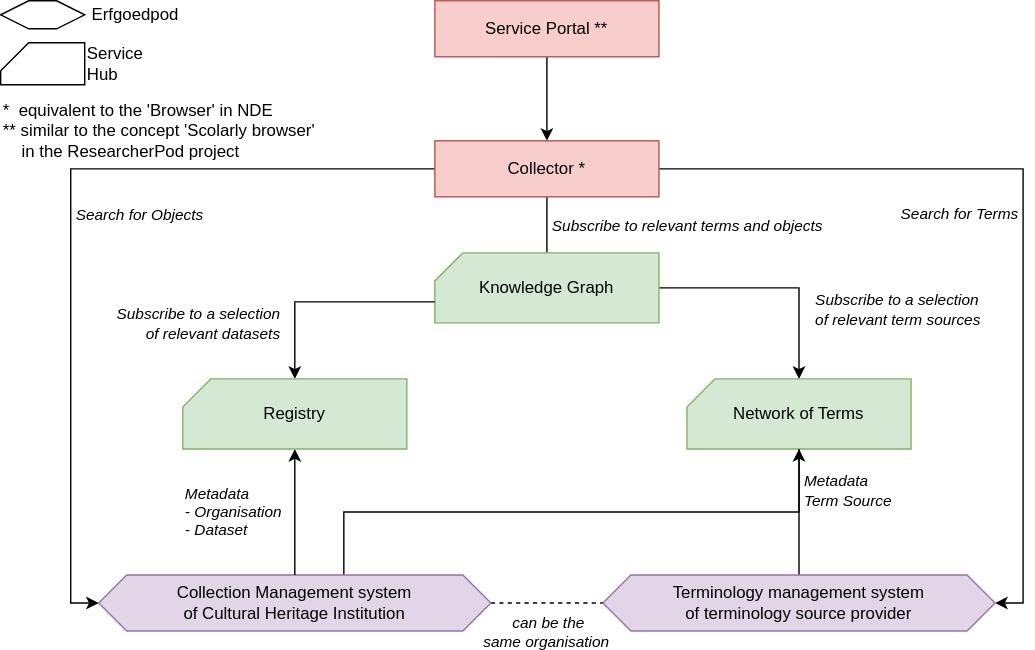
This is images/NDE-overzicht.svg from ErfgoedPod/usecases, a draw.io export, as it was before one commit. Source tidied: cells renumbered, new cells last; positions are measured from the earlier drawing's top-left corner, leaving out a move shared by most shapes.
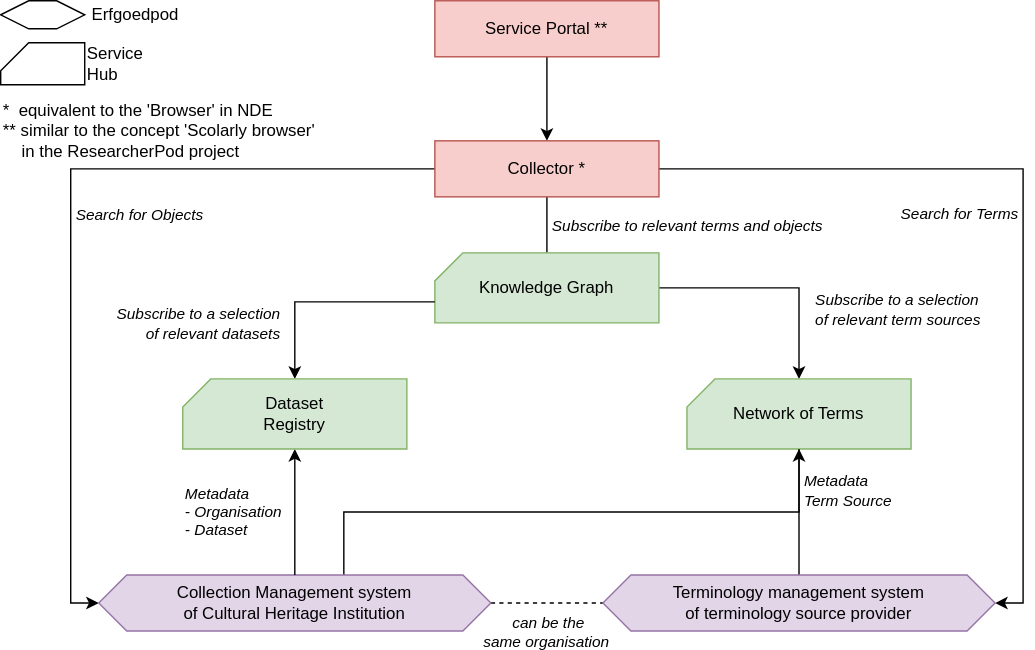
After the commit.

Diff of the diagram source:
```diff
@@ -77,7 +77,7 @@
         <mxPoint x="-9" y="13" as="offset" />
       </mxGeometry>
     </mxCell>
-    <mxCell id="25" value="Registry" style="shape=card;whiteSpace=wrap;html=1;size=20;fillColor=#d5e8d4;strokeColor=#82b366;" parent="1" vertex="1">
+    <mxCell id="25" value="Dataset&lt;br&gt;Registry" style="shape=card;whiteSpace=wrap;html=1;size=20;fillColor=#d5e8d4;strokeColor=#82b366;" parent="1" vertex="1">
       <mxGeometry x="130" y="270" width="160" height="50" as="geometry" />
     </mxCell>
     <mxCell id="26" value="&lt;div&gt;&lt;i&gt;Subscribe to a selection &lt;br&gt;&lt;/i&gt;&lt;/div&gt;&lt;div&gt;&lt;i&gt;of relevant term sources&lt;br&gt;&lt;/i&gt;&lt;/div&gt;" style="edgeLabel;html=1;align=left;verticalAlign=middle;fontStyle=2;" parent="1" vertex="1">
```
